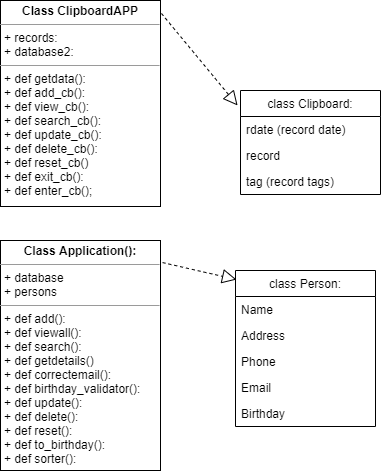
ValkoYurii/PythonWeb-GoIT keeps this draw.io diagram as Untitled Diagram.png. Above is the earlier version. Source tidied: cells renumbered, new cells last; positions are measured from the earlier drawing's top-left corner, leaving out a move shared by most shapes.
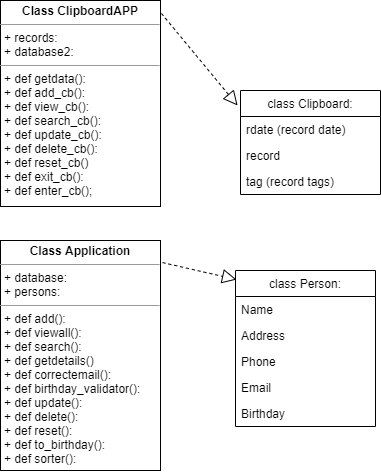
After the change.

Change to the diagram source:
```diff
@@ -35,7 +35,7 @@
     <mxCell id="12" value="&lt;p style=&quot;margin: 0px ; margin-top: 4px ; text-align: center&quot;&gt;&lt;b&gt;Class ClipboardAPP&lt;/b&gt;&lt;/p&gt;&lt;hr size=&quot;1&quot;&gt;&lt;p style=&quot;margin: 0px ; margin-left: 4px&quot;&gt;+ records:&lt;/p&gt;&lt;p style=&quot;margin: 0px ; margin-left: 4px&quot;&gt;+ database2:&lt;/p&gt;&lt;hr size=&quot;1&quot;&gt;&lt;p style=&quot;margin: 0px ; margin-left: 4px&quot;&gt;+ def getdata():&lt;/p&gt;&lt;p style=&quot;margin: 0px ; margin-left: 4px&quot;&gt;+ def add_cb():&lt;/p&gt;&lt;p style=&quot;margin: 0px ; margin-left: 4px&quot;&gt;+ def view_cb():&lt;/p&gt;&lt;p style=&quot;margin: 0px ; margin-left: 4px&quot;&gt;+ def search_cb():&lt;/p&gt;&lt;p style=&quot;margin: 0px ; margin-left: 4px&quot;&gt;+ def update_cb():&lt;/p&gt;&lt;p style=&quot;margin: 0px ; margin-left: 4px&quot;&gt;+ def delete_cb():&lt;/p&gt;&lt;p style=&quot;margin: 0px ; margin-left: 4px&quot;&gt;+ def reset_cb()&lt;/p&gt;&lt;p style=&quot;margin: 0px ; margin-left: 4px&quot;&gt;+ def exit_cb():&lt;/p&gt;&lt;p style=&quot;margin: 0px ; margin-left: 4px&quot;&gt;+ def enter_cb();&lt;/p&gt;" style="verticalAlign=top;align=left;overflow=fill;fontSize=12;fontFamily=Helvetica;html=1;" parent="1" vertex="1">
       <mxGeometry width="160" height="206" as="geometry" />
     </mxCell>
-    <mxCell id="13" value="&lt;p style=&quot;margin: 0px ; margin-top: 4px ; text-align: center&quot;&gt;&lt;b&gt;Class Application():&lt;/b&gt;&lt;/p&gt;&lt;hr size=&quot;1&quot;&gt;&lt;p style=&quot;margin: 0px ; margin-left: 4px&quot;&gt;+ database&lt;/p&gt;&lt;p style=&quot;margin: 0px ; margin-left: 4px&quot;&gt;+ persons&lt;/p&gt;&lt;hr size=&quot;1&quot;&gt;&lt;p style=&quot;margin: 0px ; margin-left: 4px&quot;&gt;+ def add():&lt;/p&gt;&lt;p style=&quot;margin: 0px ; margin-left: 4px&quot;&gt;+ def viewall():&lt;br&gt;&lt;/p&gt;&lt;p style=&quot;margin: 0px ; margin-left: 4px&quot;&gt;+ def search():&lt;/p&gt;&lt;p style=&quot;margin: 0px ; margin-left: 4px&quot;&gt;+ def getdetails()&lt;/p&gt;&lt;p style=&quot;margin: 0px ; margin-left: 4px&quot;&gt;+ def correctemail():&lt;/p&gt;&lt;p style=&quot;margin: 0px ; margin-left: 4px&quot;&gt;+ def birthday_validator():&lt;/p&gt;&lt;p style=&quot;margin: 0px ; margin-left: 4px&quot;&gt;+ def update():&lt;/p&gt;&lt;p style=&quot;margin: 0px ; margin-left: 4px&quot;&gt;+ def delete():&lt;/p&gt;&lt;p style=&quot;margin: 0px ; margin-left: 4px&quot;&gt;+ def reset():&lt;/p&gt;&lt;p style=&quot;margin: 0px ; margin-left: 4px&quot;&gt;+ def to_birthday():&lt;/p&gt;&lt;p style=&quot;margin: 0px ; margin-left: 4px&quot;&gt;+ def sorter():&lt;/p&gt;" style="verticalAlign=top;align=left;overflow=fill;fontSize=12;fontFamily=Helvetica;html=1;" parent="1" vertex="1">
+    <mxCell id="13" value="&lt;p style=&quot;margin: 0px ; margin-top: 4px ; text-align: center&quot;&gt;&lt;b&gt;Class Application&lt;/b&gt;&lt;/p&gt;&lt;hr size=&quot;1&quot;&gt;&lt;p style=&quot;margin: 0px ; margin-left: 4px&quot;&gt;+ database:&lt;/p&gt;&lt;p style=&quot;margin: 0px ; margin-left: 4px&quot;&gt;+ persons:&lt;/p&gt;&lt;hr size=&quot;1&quot;&gt;&lt;p style=&quot;margin: 0px ; margin-left: 4px&quot;&gt;+ def add():&lt;/p&gt;&lt;p style=&quot;margin: 0px ; margin-left: 4px&quot;&gt;+ def viewall():&lt;br&gt;&lt;/p&gt;&lt;p style=&quot;margin: 0px ; margin-left: 4px&quot;&gt;+ def search():&lt;/p&gt;&lt;p style=&quot;margin: 0px ; margin-left: 4px&quot;&gt;+ def getdetails()&lt;/p&gt;&lt;p style=&quot;margin: 0px ; margin-left: 4px&quot;&gt;+ def correctemail():&lt;/p&gt;&lt;p style=&quot;margin: 0px ; margin-left: 4px&quot;&gt;+ def birthday_validator():&lt;/p&gt;&lt;p style=&quot;margin: 0px ; margin-left: 4px&quot;&gt;+ def update():&lt;/p&gt;&lt;p style=&quot;margin: 0px ; margin-left: 4px&quot;&gt;+ def delete():&lt;/p&gt;&lt;p style=&quot;margin: 0px ; margin-left: 4px&quot;&gt;+ def reset():&lt;/p&gt;&lt;p style=&quot;margin: 0px ; margin-left: 4px&quot;&gt;+ def to_birthday():&lt;/p&gt;&lt;p style=&quot;margin: 0px ; margin-left: 4px&quot;&gt;+ def sorter():&lt;/p&gt;" style="verticalAlign=top;align=left;overflow=fill;fontSize=12;fontFamily=Helvetica;html=1;" parent="1" vertex="1">
       <mxGeometry y="240" width="160" height="230" as="geometry" />
     </mxCell>
     <mxCell id="14" style="endArrow=block;dashed=1;endFill=0;endSize=12;html=1;exitX=1.013;exitY=0.096;exitDx=0;exitDy=0;entryX=0.007;entryY=0.058;entryDx=0;entryDy=0;entryPerimeter=0;exitPerimeter=0;" parent="1" edge="1" source="13" target="6">
```
